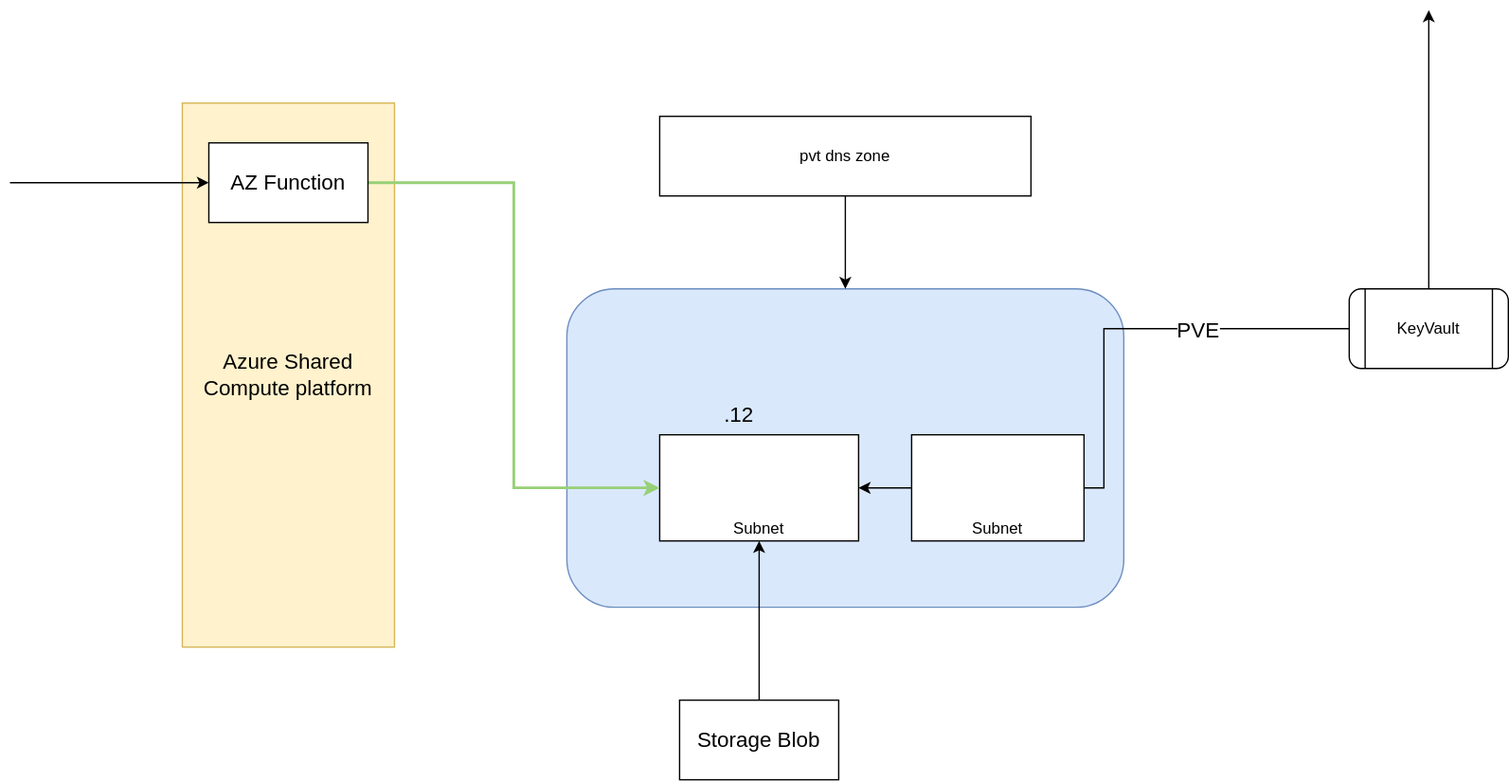
vjavle/invoicecloud keeps this draw.io diagram as AzureFunctionKeyVaultIntegration.svg. Above is the earlier version. Source tidied: cells renumbered, new cells last; positions are measured from the earlier drawing's top-left corner, leaving out a move shared by most shapes.
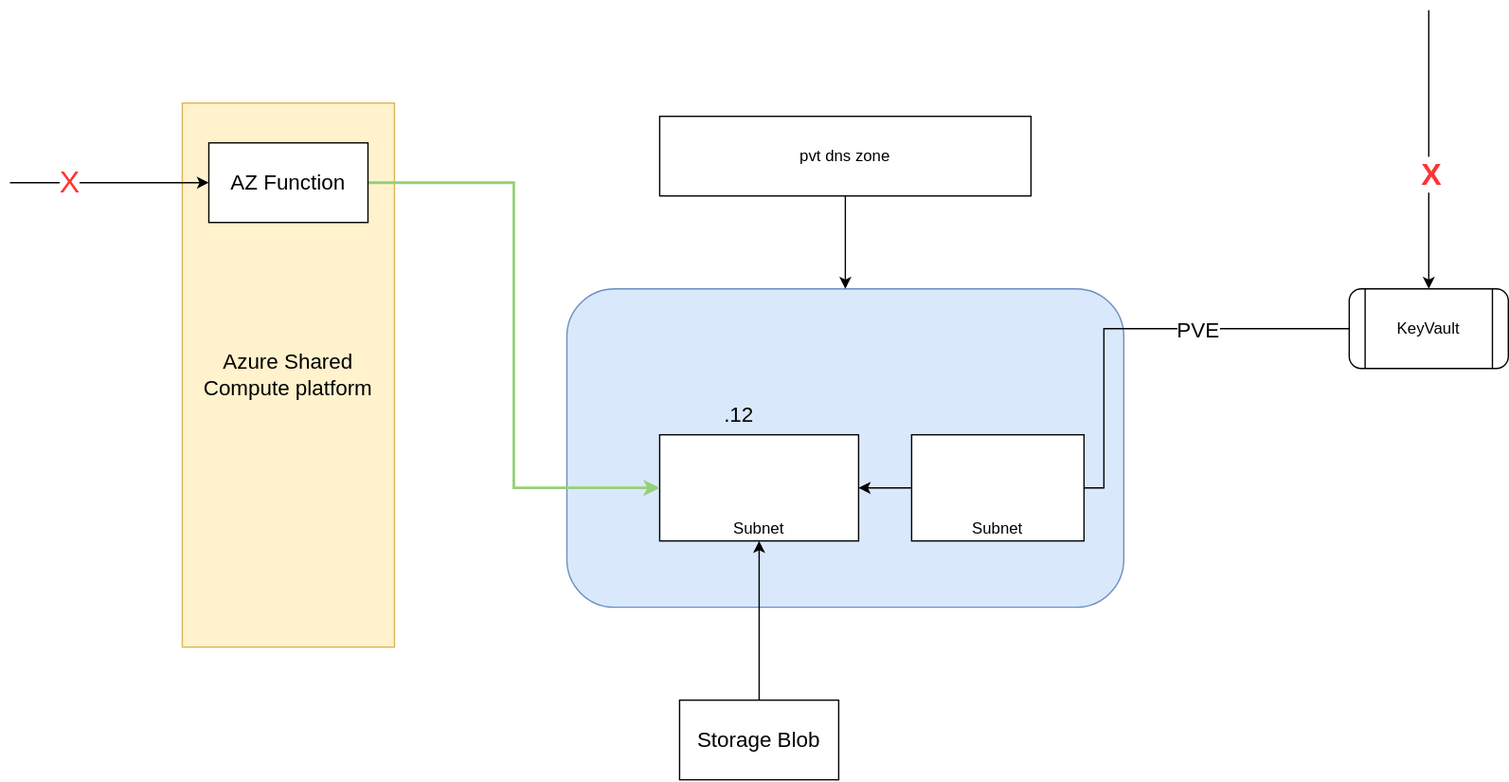
After the commit.

What changed in the source:
```diff
@@ -17,11 +17,14 @@
     <mxCell id="6" value="PVE" style="edgeLabel;html=1;align=center;verticalAlign=middle;fontSize=16;" parent="5" vertex="1">
       <mxGeometry x="-0.54" y="1" relative="1" as="geometry" />
     </mxCell>
-    <mxCell id="7" style="edgeStyle=orthogonalEdgeStyle;rounded=0;jettySize=auto;html=1;" parent="1" edge="1" source="8">
+    <mxCell id="7" style="edgeStyle=orthogonalEdgeStyle;rounded=0;jettySize=auto;html=1;endArrow=none;endFill=0;startArrow=classic;startFill=1;" parent="1" edge="1" source="8">
       <mxGeometry relative="1" as="geometry">
         <mxPoint x="1070" as="targetPoint" />
       </mxGeometry>
     </mxCell>
+    <mxCell id="18" value="X" style="edgeLabel;html=1;align=center;verticalAlign=middle;fontSize=23;fontColor=#FF3333;fontStyle=1;" parent="7" vertex="1">
+      <mxGeometry x="-0.17" y="-2" relative="1" as="geometry" />
+    </mxCell>
     <mxCell id="8" value="KeyVault" style="shape=process;whiteSpace=wrap;html=1;backgroundOutline=1;rounded=1;" parent="1" vertex="1">
       <mxGeometry x="1010" y="210" width="120" height="60" as="geometry" />
     </mxCell>
@@ -33,6 +36,9 @@
         <mxPoint y="130" as="targetPoint" />
       </mxGeometry>
     </mxCell>
+    <mxCell id="19" value="X" style="edgeLabel;html=1;align=center;verticalAlign=middle;fontSize=23;fontColor=#FF3333;" parent="10" vertex="1">
+      <mxGeometry x="0.41" relative="1" as="geometry" />
+    </mxCell>
     <mxCell id="11" value="AZ Function" style="rounded=0;whiteSpace=wrap;html=1;fontSize=16;" parent="1" vertex="1">
       <mxGeometry x="150" y="100" width="120" height="60" as="geometry" />
     </mxCell>
```
